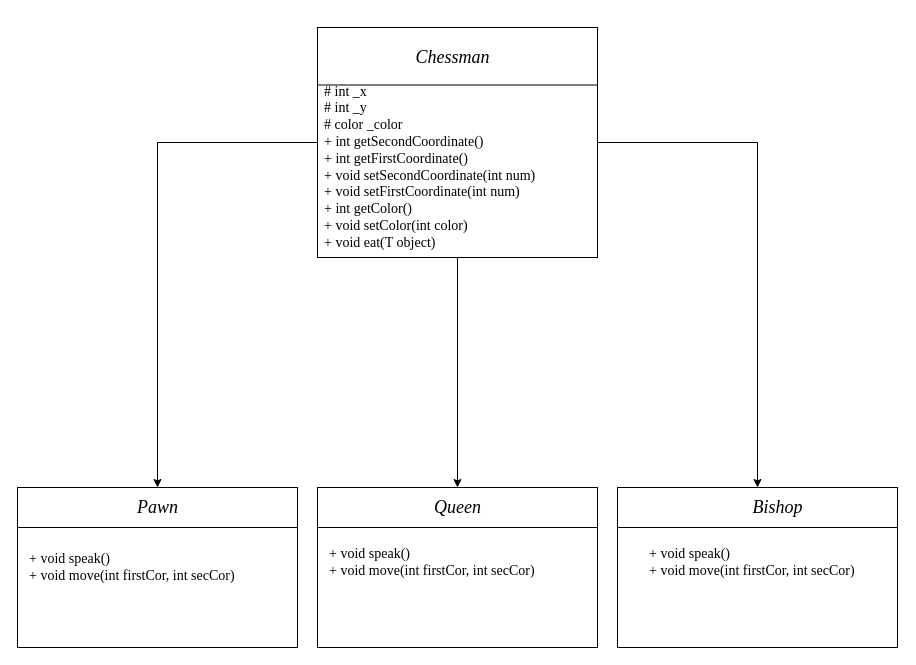
Earlier version of the draw.io diagram v3.drawio (KartoonYoko/Lab4). Source tidied: cells renumbered, new cells numbered last; positions are measured from the earlier drawing's top-left corner, leaving out a move shared by most shapes. Both pictures are drawn from the tidied source at 100%, with x=0, y=0 at pixel (17, 27).
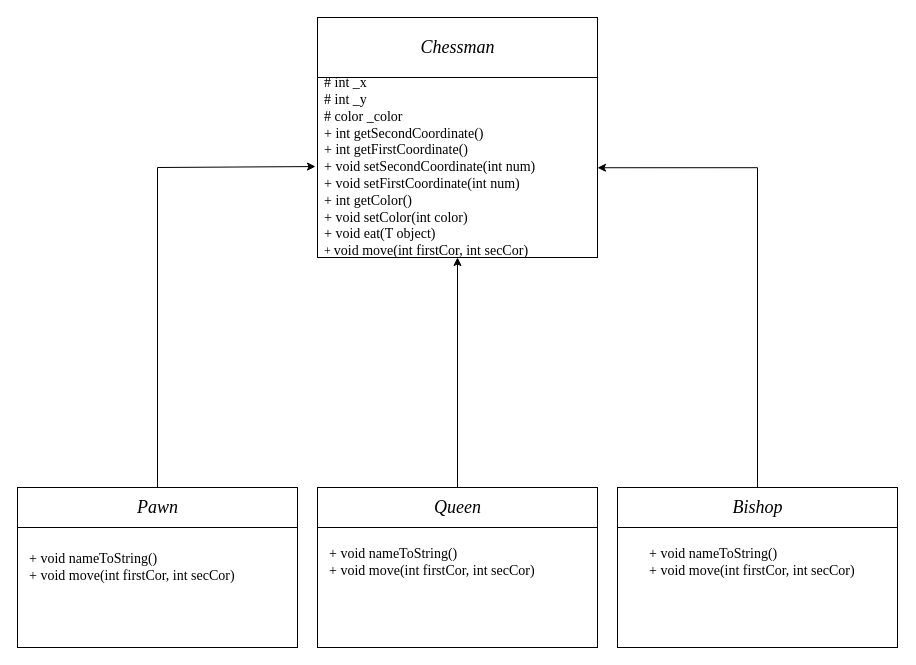
After the change.

The change refers to these unchanged cells:
```xml
<mxCell id="2" style="rounded=0;whiteSpace=wrap;html=1;" parent="1" vertex="1">
  <mxGeometry x="300" y="460" width="280" height="160" as="geometry" />
</mxCell>
<mxCell id="7" style="rounded=0;whiteSpace=wrap;html=1;" parent="1" vertex="1">
  <mxGeometry y="460" width="280" height="160" as="geometry" />
</mxCell>
<mxCell id="11" style="rounded=0;whiteSpace=wrap;html=1;" parent="1" vertex="1">
  <mxGeometry x="600" y="460" width="280" height="160" as="geometry" />
</mxCell>
```

Change to the diagram source:
```diff
@@
+    <mxCell id="21" style="edgeStyle=orthogonalEdgeStyle;rounded=0;jettySize=auto;html=1;entryX=0.5;entryY=1;entryDx=0;entryDy=0;" parent="1" edge="1" source="2" target="6">
+      <mxGeometry relative="1" as="geometry" />
+    </mxCell>
@@
-    <mxCell id="3" style="edgeStyle=orthogonalEdgeStyle;rounded=0;jettySize=auto;html=1;" parent="1" edge="1" source="6" target="7">
-      <mxGeometry relative="1" as="geometry" />
-    </mxCell>
-    <mxCell id="4" style="edgeStyle=orthogonalEdgeStyle;rounded=0;jettySize=auto;html=1;" parent="1" edge="1" source="6" target="11">
-      <mxGeometry relative="1" as="geometry" />
-    </mxCell>
-    <mxCell id="5" style="edgeStyle=orthogonalEdgeStyle;rounded=0;jettySize=auto;html=1;" parent="1" edge="1" source="6" target="2">
-      <mxGeometry relative="1" as="geometry" />
-    </mxCell>
     <mxCell id="6" style="rounded=0;whiteSpace=wrap;html=1;" parent="1" vertex="1">
-      <mxGeometry x="300" width="280" height="230" as="geometry" />
+      <mxGeometry x="300" y="-10" width="280" height="240" as="geometry" />
     </mxCell>
+    <mxCell id="22" style="edgeStyle=orthogonalEdgeStyle;rounded=0;jettySize=auto;html=1;entryX=-0.007;entryY=0.621;entryDx=0;entryDy=0;entryPerimeter=0;" parent="1" edge="1" source="7" target="6">
+      <mxGeometry relative="1" as="geometry">
+        <Array as="points">
+          <mxPoint x="140" y="140" />
+        </Array>
+      </mxGeometry>
+    </mxCell>
@@
     <mxCell id="9" value="&lt;font style=&quot;font-size: 18px&quot; face=&quot;Times New Roman&quot;&gt;&lt;i&gt;Chessman&lt;/i&gt;&lt;/font&gt;" style="text;html=1;align=center;verticalAlign=middle;" parent="1" vertex="1">
-      <mxGeometry x="390" y="20" width="90" height="20" as="geometry" />
+      <mxGeometry x="395" y="10" width="90" height="20" as="geometry" />
     </mxCell>
@@
+    <mxCell id="23" style="edgeStyle=orthogonalEdgeStyle;rounded=0;jettySize=auto;html=1;entryX=1;entryY=0.626;entryDx=0;entryDy=0;entryPerimeter=0;" parent="1" edge="1" source="11" target="6">
+      <mxGeometry relative="1" as="geometry">
+        <Array as="points">
+          <mxPoint x="740" y="140" />
+        </Array>
+      </mxGeometry>
+    </mxCell>
@@
     <mxCell id="15" value="&lt;i&gt;&lt;font face=&quot;Times New Roman&quot; style=&quot;font-size: 18px&quot;&gt;Bishop&lt;/font&gt;&lt;/i&gt;" style="text;html=1;align=center;verticalAlign=middle;" parent="1" vertex="1">
-      <mxGeometry x="725" y="470" width="70" height="20" as="geometry" />
+      <mxGeometry x="705" y="470" width="70" height="20" as="geometry" />
     </mxCell>
@@
-    <mxCell id="17" value="&lt;font style=&quot;font-size: 14px&quot; face=&quot;Times New Roman&quot;&gt;# int _x&lt;br&gt;# int _y&lt;br&gt;# color _color&lt;br&gt;+ int getSecondCoordinate()&lt;br&gt;+ int getFirstCoordinate()&lt;br&gt;+&amp;nbsp;&lt;/font&gt;&lt;span style=&quot;font-family: &amp;#34;times new roman&amp;#34; ; font-size: 14px&quot;&gt;void setSecondCoordinate(int num)&lt;/span&gt;&lt;br style=&quot;font-family: &amp;#34;times new roman&amp;#34; ; font-size: 14px&quot;&gt;&lt;span style=&quot;font-family: &amp;#34;times new roman&amp;#34; ; font-size: 14px&quot;&gt;+ void setFirstCoordinate(&lt;/span&gt;&lt;span style=&quot;font-family: &amp;#34;times new roman&amp;#34; ; font-size: 14px&quot;&gt;int num&lt;/span&gt;&lt;span style=&quot;font-family: &amp;#34;times new roman&amp;#34; ; font-size: 14px&quot;&gt;)&lt;br&gt;&lt;/span&gt;&lt;font face=&quot;Times New Roman&quot;&gt;&lt;font style=&quot;font-size: 14px&quot;&gt;+ int getColor()&lt;br&gt;+ void setColor(int color)&lt;br&gt;&lt;/font&gt;&lt;/font&gt;&lt;span style=&quot;font-family: &amp;#34;times new roman&amp;#34; ; font-size: 14px&quot;&gt;+ void eat(T object)&lt;/span&gt;&lt;font face=&quot;Times New Roman&quot;&gt;&lt;br&gt;&lt;/font&gt;" style="text;html=1;align=left;verticalAlign=middle;" parent="1" vertex="1">
-      <mxGeometry x="305" y="65" width="230" height="150" as="geometry" />
+    <mxCell id="17" value="&lt;font style=&quot;font-size: 14px&quot; face=&quot;Times New Roman&quot;&gt;# int _x&lt;br&gt;# int _y&lt;br&gt;# color _color&lt;br&gt;+ int getSecondCoordinate()&lt;br&gt;+ int getFirstCoordinate()&lt;br&gt;+&amp;nbsp;&lt;/font&gt;&lt;span style=&quot;font-family: &amp;#34;times new roman&amp;#34; ; font-size: 14px&quot;&gt;void setSecondCoordinate(int num)&lt;/span&gt;&lt;br style=&quot;font-family: &amp;#34;times new roman&amp;#34; ; font-size: 14px&quot;&gt;&lt;span style=&quot;font-family: &amp;#34;times new roman&amp;#34; ; font-size: 14px&quot;&gt;+ void setFirstCoordinate(&lt;/span&gt;&lt;span style=&quot;font-family: &amp;#34;times new roman&amp;#34; ; font-size: 14px&quot;&gt;int num&lt;/span&gt;&lt;span style=&quot;font-family: &amp;#34;times new roman&amp;#34; ; font-size: 14px&quot;&gt;)&lt;br&gt;&lt;/span&gt;&lt;font face=&quot;Times New Roman&quot;&gt;&lt;font style=&quot;font-size: 14px&quot;&gt;+ int getColor()&lt;br&gt;+ void setColor(int color)&lt;br&gt;&lt;/font&gt;&lt;/font&gt;&lt;span style=&quot;font-family: &amp;#34;times new roman&amp;#34; ; font-size: 14px&quot;&gt;+ void eat(T object)&lt;br&gt;&lt;/span&gt;&lt;font face=&quot;Times New Roman&quot;&gt;+&amp;nbsp;&lt;/font&gt;&lt;span style=&quot;font-family: &amp;#34;times new roman&amp;#34; ; font-size: 14px&quot;&gt;void move(&lt;/span&gt;&lt;span style=&quot;font-family: &amp;#34;times new roman&amp;#34; ; font-size: 14px&quot;&gt;int firstCor, int secCor&lt;/span&gt;&lt;span style=&quot;font-family: &amp;#34;times new roman&amp;#34; ; font-size: 14px&quot;&gt;)&lt;/span&gt;&lt;font face=&quot;Times New Roman&quot;&gt;&lt;br&gt;&lt;/font&gt;" style="text;html=1;align=left;verticalAlign=middle;" parent="1" vertex="1">
+      <mxGeometry x="305" y="60" width="230" height="160" as="geometry" />
     </mxCell>
-    <mxCell id="18" value="&lt;font face=&quot;Times New Roman&quot; style=&quot;font-size: 14px&quot;&gt;+ void speak()&lt;br&gt;+ void move(int firstCor, int secCor)&lt;br&gt;&lt;/font&gt;" style="text;html=1;align=left;verticalAlign=middle;" parent="1" vertex="1">
+    <mxCell id="18" value="&lt;font face=&quot;Times New Roman&quot; style=&quot;font-size: 14px&quot;&gt;+ void nameToString()&lt;br&gt;+ void move(int firstCor, int secCor)&lt;br&gt;&lt;/font&gt;" style="text;html=1;align=left;verticalAlign=middle;" parent="1" vertex="1">
       <mxGeometry x="10" y="525" width="220" height="30" as="geometry" />
     </mxCell>
-    <mxCell id="19" value="&lt;font face=&quot;Times New Roman&quot; style=&quot;font-size: 14px&quot;&gt;+ void speak()&lt;br&gt;+ void move(&lt;/font&gt;&lt;span style=&quot;font-family: &amp;#34;times new roman&amp;#34; ; font-size: 14px&quot;&gt;int firstCor, int secCor&lt;/span&gt;&lt;font face=&quot;Times New Roman&quot; style=&quot;font-size: 14px&quot;&gt;)&lt;br&gt;&lt;/font&gt;" style="text;html=1;align=left;verticalAlign=middle;" parent="1" vertex="1">
+    <mxCell id="19" value="&lt;font face=&quot;Times New Roman&quot; style=&quot;font-size: 14px&quot;&gt;+ void nameToString()&lt;br&gt;+ void move(&lt;/font&gt;&lt;span style=&quot;font-family: &amp;#34;times new roman&amp;#34; ; font-size: 14px&quot;&gt;int firstCor, int secCor&lt;/span&gt;&lt;font face=&quot;Times New Roman&quot; style=&quot;font-size: 14px&quot;&gt;)&lt;br&gt;&lt;/font&gt;" style="text;html=1;align=left;verticalAlign=middle;" parent="1" vertex="1">
       <mxGeometry x="630" y="520" width="220" height="30" as="geometry" />
     </mxCell>
-    <mxCell id="20" value="&lt;font face=&quot;Times New Roman&quot; style=&quot;font-size: 14px&quot;&gt;+ void speak()&lt;br&gt;+ void move(&lt;/font&gt;&lt;span style=&quot;font-family: &amp;#34;times new roman&amp;#34; ; font-size: 14px&quot;&gt;int firstCor, int secCor&lt;/span&gt;&lt;font face=&quot;Times New Roman&quot; style=&quot;font-size: 14px&quot;&gt;)&lt;br&gt;&lt;/font&gt;" style="text;html=1;align=left;verticalAlign=middle;" parent="1" vertex="1">
+    <mxCell id="20" value="&lt;font face=&quot;Times New Roman&quot; style=&quot;font-size: 14px&quot;&gt;+ void nameToString()&lt;br&gt;+ void move(&lt;/font&gt;&lt;span style=&quot;font-family: &amp;#34;times new roman&amp;#34; ; font-size: 14px&quot;&gt;int firstCor, int secCor&lt;/span&gt;&lt;font face=&quot;Times New Roman&quot; style=&quot;font-size: 14px&quot;&gt;)&lt;br&gt;&lt;/font&gt;" style="text;html=1;align=left;verticalAlign=middle;" parent="1" vertex="1">
       <mxGeometry x="310" y="520" width="220" height="30" as="geometry" />
     </mxCell>
```
